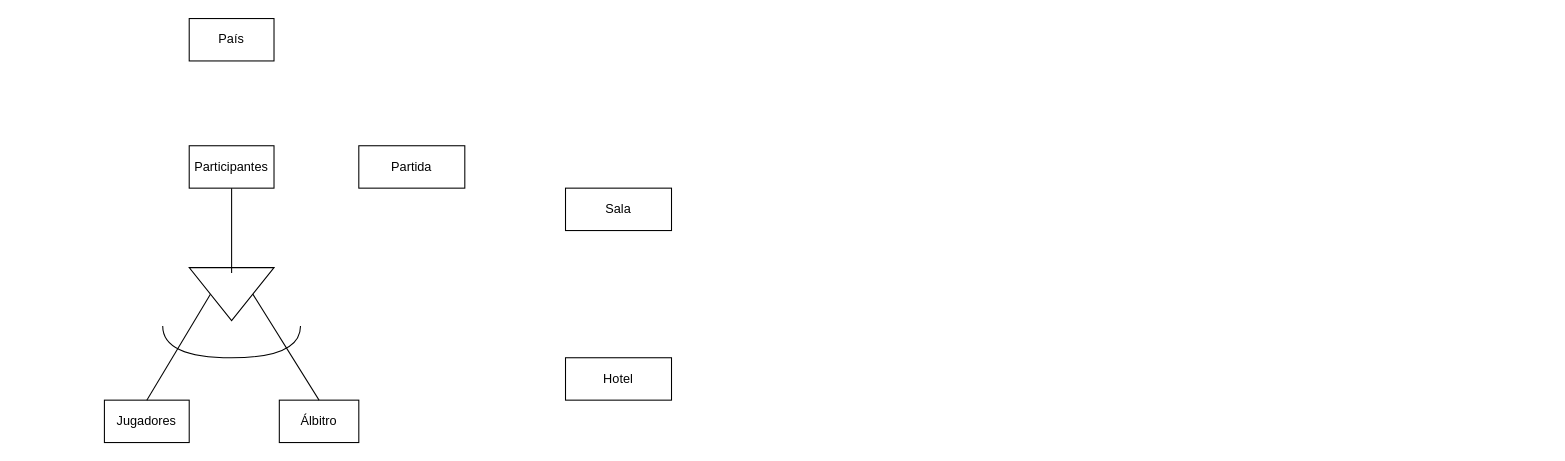
Above: page "Copia de Ej8" (5 of 5) of Tareas/Tarea3/Tarea3.drawio in JuanManuelMM/Base-Datos (draw.io), before the change. Source tidied: cells renumbered, new cells numbered last; positions are measured from the earlier drawing's top-left corner, leaving out a move shared by most shapes. Both pictures are drawn from the tidied source at 106%, with x=0, y=0 at pixel (104, 18).
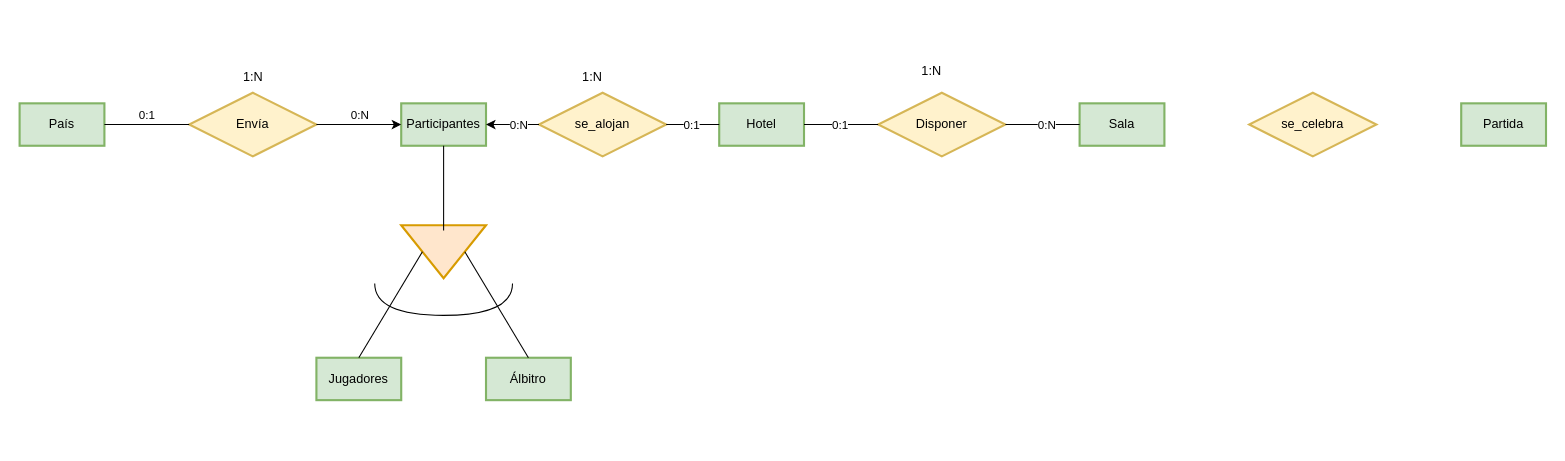
The same page after the edit.

Diff of the diagram source:
```diff
@@
-    <mxCell id="2" value="Jugadores" style="whiteSpace=wrap;html=1;align=center;strokeWidth=1;" parent="1" vertex="1">
-      <mxGeometry y="360" width="80" height="40" as="geometry" />
+    <mxCell id="2" value="Jugadores" style="whiteSpace=wrap;html=1;align=center;strokeWidth=2;fillColor=#d5e8d4;strokeColor=#82b366;" parent="1" vertex="1">
+      <mxGeometry x="200" y="320" width="80" height="40" as="geometry" />
     </mxCell>
-    <mxCell id="3" value="Álbitro" style="whiteSpace=wrap;html=1;align=center;strokeWidth=1;" parent="1" vertex="1">
-      <mxGeometry x="165" y="360" width="75" height="40" as="geometry" />
+    <mxCell id="3" value="Álbitro" style="whiteSpace=wrap;html=1;align=center;strokeWidth=2;fillColor=#d5e8d4;strokeColor=#82b366;" parent="1" vertex="1">
+      <mxGeometry x="360" y="320" width="80" height="40" as="geometry" />
     </mxCell>
-    <mxCell id="4" value="País" style="whiteSpace=wrap;html=1;align=center;strokeWidth=1;" parent="1" vertex="1">
-      <mxGeometry x="80" width="80" height="40" as="geometry" />
+    <mxCell id="4" value="País" style="whiteSpace=wrap;html=1;align=center;strokeWidth=2;fillColor=#d5e8d4;strokeColor=#82b366;" parent="1" vertex="1">
+      <mxGeometry x="-80" y="80" width="80" height="40" as="geometry" />
     </mxCell>
-    <mxCell id="5" value="Partida" style="whiteSpace=wrap;html=1;align=center;strokeWidth=1;" parent="1" vertex="1">
-      <mxGeometry x="240" y="120" width="100" height="40" as="geometry" />
+    <mxCell id="5" value="Partida" style="whiteSpace=wrap;html=1;align=center;strokeWidth=2;fillColor=#d5e8d4;strokeColor=#82b366;" parent="1" vertex="1">
+      <mxGeometry x="1280" y="80" width="80" height="40" as="geometry" />
     </mxCell>
-    <mxCell id="6" value="Hotel" style="whiteSpace=wrap;html=1;align=center;strokeWidth=1;" parent="1" vertex="1">
-      <mxGeometry x="435" y="320" width="100" height="40" as="geometry" />
+    <mxCell id="6" value="Hotel" style="whiteSpace=wrap;html=1;align=center;strokeWidth=2;fillColor=#d5e8d4;strokeColor=#82b366;" parent="1" vertex="1">
+      <mxGeometry x="580" y="80" width="80" height="40" as="geometry" />
     </mxCell>
-    <mxCell id="7" value="Participantes" style="whiteSpace=wrap;html=1;align=center;strokeWidth=1;" parent="1" vertex="1">
-      <mxGeometry x="80" y="120" width="80" height="40" as="geometry" />
+    <mxCell id="7" value="Participantes" style="whiteSpace=wrap;html=1;align=center;strokeWidth=2;fillColor=#d5e8d4;strokeColor=#82b366;" parent="1" vertex="1">
+      <mxGeometry x="280" y="80" width="80" height="40" as="geometry" />
     </mxCell>
-    <mxCell id="8" style="triangle;whiteSpace=wrap;html=1;strokeWidth=1;rotation=90;" parent="1" vertex="1">
-      <mxGeometry x="95" y="220" width="50" height="80" as="geometry" />
+    <mxCell id="8" style="triangle;whiteSpace=wrap;html=1;strokeWidth=2;rotation=90;fillColor=#ffe6cc;strokeColor=#d79b00;" parent="1" vertex="1">
+      <mxGeometry x="295" y="180" width="50" height="80" as="geometry" />
     </mxCell>
     <mxCell id="9" style="endArrow=none;html=1;curved=1;edgeStyle=orthogonalEdgeStyle;" parent="1" edge="1">
       <mxGeometry relative="1" as="geometry">
-        <mxPoint x="55" y="290" as="sourcePoint" />
-        <mxPoint x="185" y="290" as="targetPoint" />
+        <mxPoint x="255" y="250" as="sourcePoint" />
+        <mxPoint x="385" y="250" as="targetPoint" />
         <Array as="points">
-          <mxPoint x="55" y="320" />
-          <mxPoint x="185" y="320" />
+          <mxPoint x="255" y="280" />
+          <mxPoint x="385" y="280" />
         </Array>
       </mxGeometry>
     </mxCell>
@@
-    <mxCell id="13" value="Sala" style="whiteSpace=wrap;html=1;align=center;strokeWidth=1;" parent="1" vertex="1">
-      <mxGeometry x="435" y="160" width="100" height="40" as="geometry" />
+    <mxCell id="13" value="Sala" style="whiteSpace=wrap;html=1;align=center;strokeWidth=2;fillColor=#d5e8d4;strokeColor=#82b366;" parent="1" vertex="1">
+      <mxGeometry x="920" y="80" width="80" height="40" as="geometry" />
     </mxCell>
+    <mxCell id="14" value="Envía" style="shape=rhombus;perimeter=rhombusPerimeter;whiteSpace=wrap;html=1;align=center;fillColor=#fff2cc;strokeColor=#d6b656;strokeWidth=2;" parent="1" vertex="1">
+      <mxGeometry x="80" y="70" width="120" height="60" as="geometry" />
+    </mxCell>
+    <mxCell id="15" value="se_celebra" style="shape=rhombus;perimeter=rhombusPerimeter;whiteSpace=wrap;html=1;align=center;fillColor=#fff2cc;strokeColor=#d6b656;strokeWidth=2;" parent="1" vertex="1">
+      <mxGeometry x="1080" y="70" width="120" height="60" as="geometry" />
+    </mxCell>
+    <mxCell id="16" value="Disponer" style="shape=rhombus;perimeter=rhombusPerimeter;whiteSpace=wrap;html=1;align=center;fillColor=#fff2cc;strokeColor=#d6b656;strokeWidth=2;" parent="1" vertex="1">
+      <mxGeometry x="730" y="70" width="120" height="60" as="geometry" />
+    </mxCell>
+    <mxCell id="17" value="se_alojan" style="shape=rhombus;perimeter=rhombusPerimeter;whiteSpace=wrap;html=1;align=center;fillColor=#fff2cc;strokeColor=#d6b656;strokeWidth=2;" parent="1" vertex="1">
+      <mxGeometry x="410" y="70" width="120" height="60" as="geometry" />
+    </mxCell>
+    <mxCell id="18" style="endArrow=classic;html=1;rounded=0;entryX=0;entryY=0.5;entryDx=0;entryDy=0;exitX=1;exitY=0.5;exitDx=0;exitDy=0;" parent="1" edge="1" source="14" target="7">
+      <mxGeometry relative="1" as="geometry" />
+    </mxCell>
+    <mxCell id="19" value="0:N" style="edgeLabel;html=1;align=center;verticalAlign=middle;" parent="18" vertex="1">
+      <mxGeometry x="0.3" y="-1" relative="1" as="geometry">
+        <mxPoint x="-12" y="-11" as="offset" />
+      </mxGeometry>
+    </mxCell>
+    <mxCell id="20" style="endArrow=none;html=1;rounded=0;entryX=0;entryY=0.5;entryDx=0;entryDy=0;exitX=1;exitY=0.5;exitDx=0;exitDy=0;" parent="1" edge="1" source="4" target="14">
+      <mxGeometry relative="1" as="geometry" />
+    </mxCell>
+    <mxCell id="21" value="0:1" style="edgeLabel;html=1;align=center;verticalAlign=middle;" parent="20" vertex="1">
+      <mxGeometry x="-0.59" relative="1" as="geometry">
+        <mxPoint x="23" y="-10" as="offset" />
+      </mxGeometry>
+    </mxCell>
+    <mxCell id="22" value="1:N" style="text;html=1;align=center;verticalAlign=middle;strokeColor=none;fillColor=none;" parent="1" vertex="1">
+      <mxGeometry x="120" y="40" width="40" height="30" as="geometry" />
+    </mxCell>
+    <mxCell id="23" style="endArrow=classic;html=1;rounded=0;entryX=1;entryY=0.5;entryDx=0;entryDy=0;exitX=0;exitY=0.5;exitDx=0;exitDy=0;" parent="1" edge="1" source="17" target="7">
+      <mxGeometry relative="1" as="geometry" />
+    </mxCell>
+    <mxCell id="24" value="0:N" style="edgeLabel;html=1;align=center;verticalAlign=middle;" parent="23" vertex="1">
+      <mxGeometry x="0.43" y="-1" relative="1" as="geometry">
+        <mxPoint x="16" y="1" as="offset" />
+      </mxGeometry>
+    </mxCell>
+    <mxCell id="25" style="endArrow=none;html=1;rounded=0;entryX=0;entryY=0.5;entryDx=0;entryDy=0;exitX=1;exitY=0.5;exitDx=0;exitDy=0;" parent="1" edge="1" source="17" target="6">
+      <mxGeometry relative="1" as="geometry" />
+    </mxCell>
+    <mxCell id="26" value="0:1" style="edgeLabel;html=1;align=center;verticalAlign=middle;" parent="25" vertex="1">
+      <mxGeometry x="-0.52" y="-3" relative="1" as="geometry">
+        <mxPoint x="11" y="-3" as="offset" />
+      </mxGeometry>
+    </mxCell>
+    <mxCell id="27" style="endArrow=none;html=1;rounded=0;entryX=0;entryY=0.5;entryDx=0;entryDy=0;exitX=1;exitY=0.5;exitDx=0;exitDy=0;" parent="1" edge="1" source="16" target="13">
+      <mxGeometry relative="1" as="geometry" />
+    </mxCell>
+    <mxCell id="28" value="0:N" style="edgeLabel;html=1;align=center;verticalAlign=middle;" parent="27" vertex="1">
+      <mxGeometry x="-0.49" y="1" relative="1" as="geometry">
+        <mxPoint x="20" y="1" as="offset" />
+      </mxGeometry>
+    </mxCell>
+    <mxCell id="29" value="1:N" style="text;html=1;align=center;verticalAlign=middle;strokeColor=none;fillColor=none;" parent="1" vertex="1">
+      <mxGeometry x="440" y="40" width="40" height="30" as="geometry" />
+    </mxCell>
+    <mxCell id="30" style="endArrow=none;html=1;rounded=0;entryX=0;entryY=0.5;entryDx=0;entryDy=0;exitX=1;exitY=0.5;exitDx=0;exitDy=0;" parent="1" edge="1" source="6" target="16">
+      <mxGeometry relative="1" as="geometry" />
+    </mxCell>
+    <mxCell id="31" value="0:1" style="edgeLabel;html=1;align=center;verticalAlign=middle;" parent="30" vertex="1">
+      <mxGeometry x="0.49" y="1" relative="1" as="geometry">
+        <mxPoint x="-19" y="1" as="offset" />
+      </mxGeometry>
+    </mxCell>
+    <mxCell id="32" value="1:N" style="text;html=1;align=center;verticalAlign=middle;strokeColor=none;fillColor=none;" parent="1" vertex="1">
+      <mxGeometry x="760" y="35" width="40" height="30" as="geometry" />
+    </mxCell>
```
